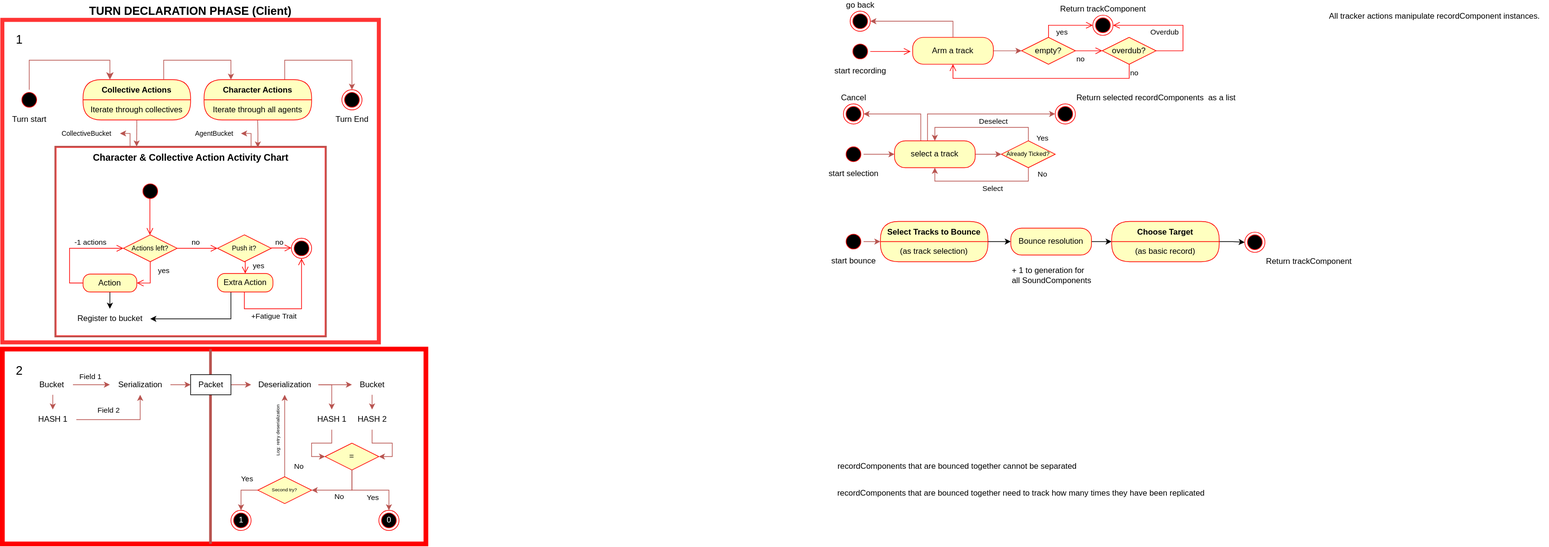
This is TheProspector/Assets/Schematics/Activity.svg from SakuNurmiranta/TheProspector, a draw.io export, as it was before one commit. Source tidied: cells renumbered, new cells last; positions are measured from the earlier drawing's top-left corner, leaving out a move shared by most shapes.
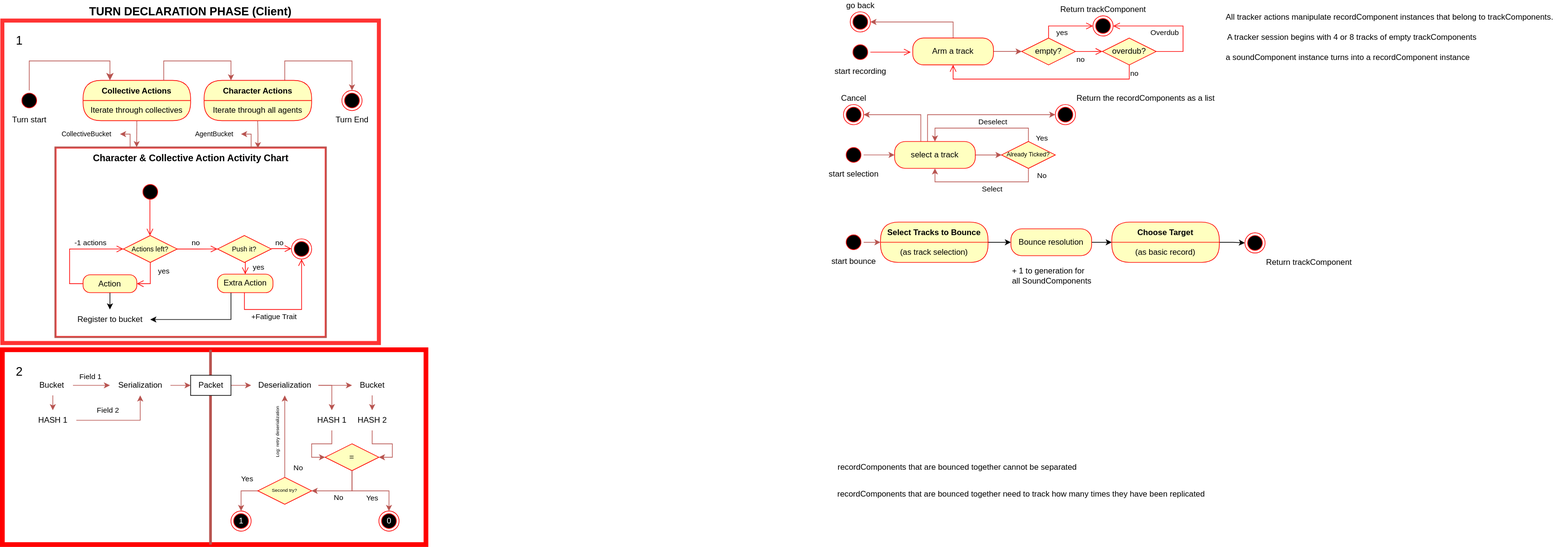
After the commit.

What changed in the source:
```diff
@@ -457,7 +457,7 @@
     <mxCell id="112" value="Cancel" style="ellipse;html=1;shape=endState;fillColor=#000000;strokeColor=#ff0000;labelPosition=center;verticalLabelPosition=top;align=center;verticalAlign=bottom;" parent="1" vertex="1">
       <mxGeometry x="1251" y="145" width="30" height="30" as="geometry" />
     </mxCell>
-    <mxCell id="113" value="Return selected recordComponents&amp;nbsp; as a list" style="ellipse;html=1;shape=endState;fillColor=#000000;strokeColor=#ff0000;labelPosition=right;verticalLabelPosition=top;align=left;verticalAlign=bottom;" parent="1" vertex="1">
+    <mxCell id="113" value="Return the recordComponents as a list" style="ellipse;html=1;shape=endState;fillColor=#000000;strokeColor=#ff0000;labelPosition=right;verticalLabelPosition=top;align=left;verticalAlign=bottom;" parent="1" vertex="1">
       <mxGeometry x="1566" y="145" width="30" height="30" as="geometry" />
     </mxCell>
     <mxCell id="114" style="edgeStyle=orthogonalEdgeStyle;rounded=0;jettySize=auto;html=1;entryX=0.5;entryY=0;entryDx=0;entryDy=0;fillColor=#f8cecc;strokeColor=#b85450;" parent="1" edge="1" source="120" target="111">
@@ -508,8 +508,14 @@
     <mxCell id="123" value="+ 1 to generation for &lt;br&gt;all SoundComponents" style="text;html=1;align=left;verticalAlign=middle;strokeColor=none;fillColor=none;" parent="1" vertex="1">
       <mxGeometry x="1500" y="380" width="140" height="40" as="geometry" />
     </mxCell>
-    <mxCell id="124" value="All tracker actions manipulate recordComponent instances." style="text;html=1;align=center;verticalAlign=middle;strokeColor=none;fillColor=none;" parent="1" vertex="1">
-      <mxGeometry x="1960" width="340" height="30" as="geometry" />
+    <mxCell id="124" value="All tracker actions manipulate recordComponent instances that belong to trackComponents." style="text;html=1;align=left;verticalAlign=middle;strokeColor=none;fillColor=none;" parent="1" vertex="1">
+      <mxGeometry x="1818" width="510" height="30" as="geometry" />
     </mxCell>
+    <mxCell id="125" value="A tracker session begins with 4 or 8 tracks of empty trackComponents" style="text;html=1;align=left;verticalAlign=middle;strokeColor=none;fillColor=none;" parent="1" vertex="1">
+      <mxGeometry x="1820" y="30" width="390" height="30" as="geometry" />
+    </mxCell>
+    <mxCell id="126" value="a soundComponent instance turns into a recordComponent instance" style="text;html=1;align=left;verticalAlign=middle;strokeColor=none;fillColor=none;" parent="1" vertex="1">
+      <mxGeometry x="1818" y="60" width="390" height="30" as="geometry" />
+    </mxCell>
   </root>
 </mxGraphModel>
```
